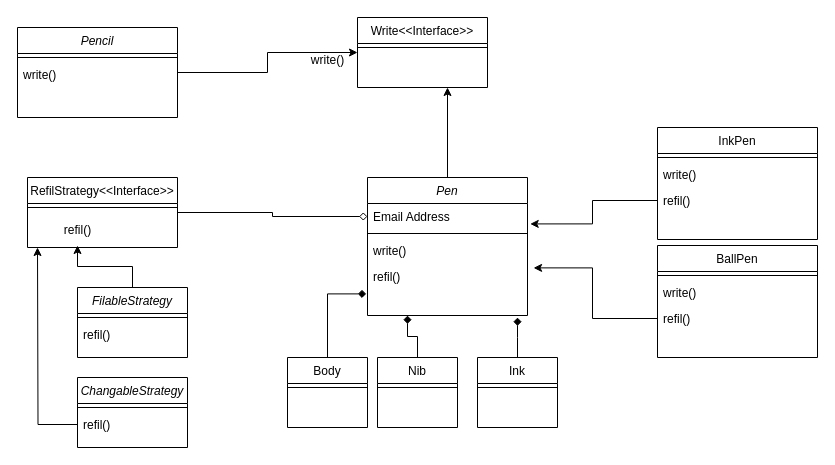
Before: Untitled Diagram.drawio in ShiddeshwarKhandekar/LL3, a draw.io diagram. Source tidied: cells renumbered, new cells numbered last; positions are measured from the earlier drawing's top-left corner, leaving out a move shared by most shapes. Both pictures are drawn from the tidied source at 100%, with x=0, y=0 at pixel (17, 17).
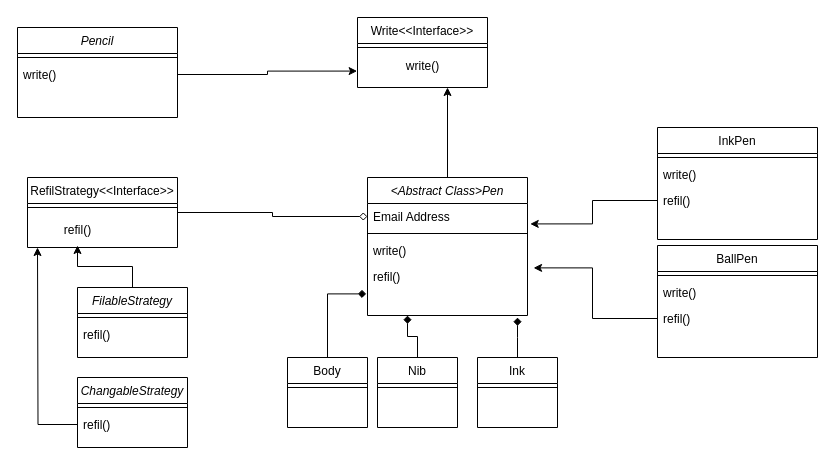
After the change.

Unchanged cells that the change refers to:
```xml
<mxCell id="26" value="Write&lt;&lt;Interface&gt;&gt;" style="swimlane;fontStyle=0;align=center;verticalAlign=top;horizontal=1;startSize=26;rounded=0;shadow=0;strokeWidth=1;" parent="1" vertex="1">
  <mxGeometry x="340" width="130" height="70" as="geometry" />
</mxCell>
<mxCell id="30" value="Pencil" style="swimlane;fontStyle=2;align=center;verticalAlign=top;horizontal=1;startSize=26;rounded=0;shadow=0;strokeWidth=1;" parent="1" vertex="1">
  <mxGeometry y="10" width="160" height="90" as="geometry" />
</mxCell>
<mxCell id="32" value="write()" style="text;align=left;verticalAlign=top;spacingLeft=4;spacingRight=4;overflow=hidden;points=[[0,0.5],[1,0.5]];portConstraint=eastwest;" parent="30" vertex="1">
  <mxGeometry y="34" width="160" height="26" as="geometry" />
</mxCell>
```

What changed in the source:
```diff
@@
-    <mxCell id="3" value="Pen" style="swimlane;fontStyle=2;align=center;verticalAlign=top;horizontal=1;startSize=26;rounded=0;shadow=0;strokeWidth=1;" parent="1" vertex="1">
+    <mxCell id="3" value="&lt;Abstract Class&gt;Pen" style="swimlane;fontStyle=2;align=center;verticalAlign=top;horizontal=1;startSize=26;rounded=0;shadow=0;strokeWidth=1;" parent="1" vertex="1">
       <mxGeometry x="350" y="160" width="160" height="138" as="geometry" />
     </mxCell>
@@
-    <mxCell id="28" value="write()" style="text;html=1;align=center;verticalAlign=middle;points=[];strokeColor=none;fillColor=none;" parent="1" vertex="1">
-      <mxGeometry x="280" y="28" width="60" height="30" as="geometry" />
+    <mxCell id="28" value="write()" style="text;html=1;align=center;verticalAlign=middle;points=[];strokeColor=none;fillColor=none;" parent="26" vertex="1">
+      <mxGeometry y="34" width="130" height="30" as="geometry" />
     </mxCell>
-    <mxCell id="29" style="edgeStyle=orthogonalEdgeStyle;rounded=0;jettySize=auto;html=1;entryX=0;entryY=0.5;entryDx=0;entryDy=0;" parent="1" edge="1" source="30" target="26">
-      <mxGeometry relative="1" as="geometry" />
-    </mxCell>
@@
+    <mxCell id="46" style="edgeStyle=orthogonalEdgeStyle;rounded=0;jettySize=auto;html=1;entryX=-0.003;entryY=0.653;entryDx=0;entryDy=0;entryPerimeter=0;" parent="1" edge="1" source="32" target="28">
+      <mxGeometry relative="1" as="geometry" />
+    </mxCell>
```
